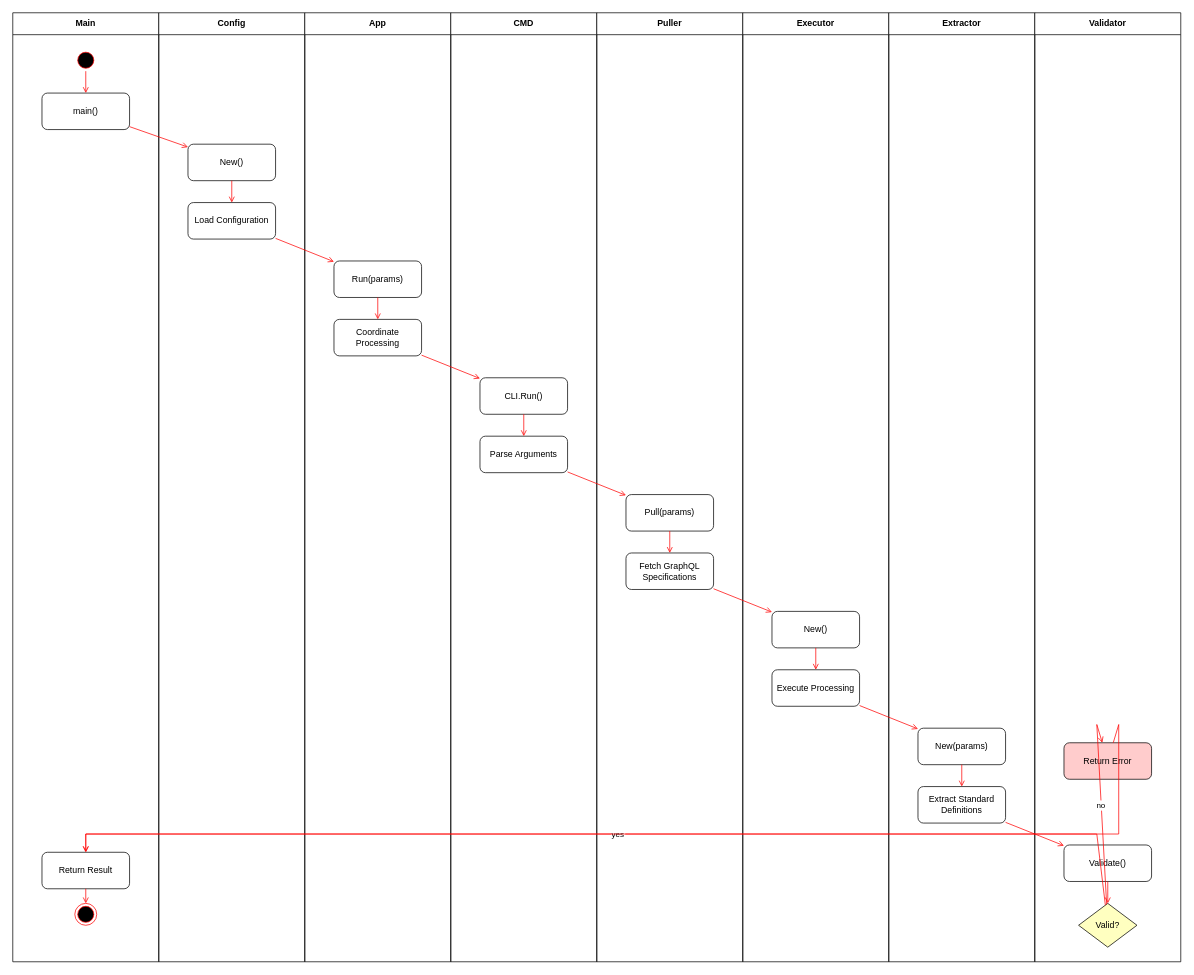
Above: architecture/uml/compatibility/standard-definitions/compatibility-standard-definitions-activity.drawio in chris-ramon/thesis-graphql-go (draw.io), before the change. Source tidied: cells renumbered, new cells numbered last; positions are measured from the earlier drawing's top-left corner, leaving out a move shared by most shapes. Both pictures are drawn from the tidied source at 73%, with x=0, y=0 at pixel (12, 12).
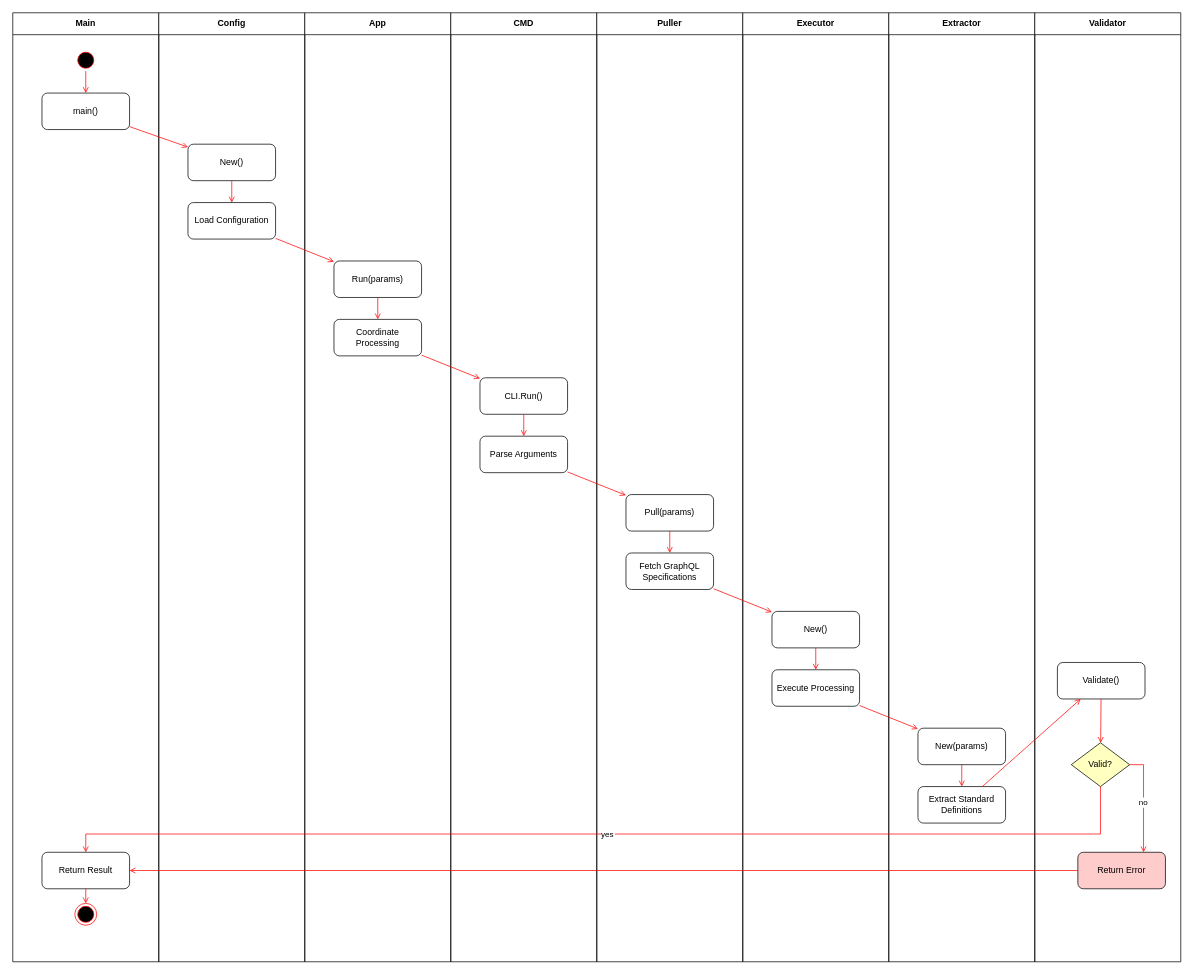
After the change.

Commit message:
architecture/uml/compatibility/standard-definitions: improves styling

The change refers to these unchanged cells:
```xml
<mxCell id="5" value="Return Result" style="rounded=1;whiteSpace=wrap;html=1;" parent="2" vertex="1">
  <mxGeometry x="40" y="1150" width="120" height="50" as="geometry" />
</mxCell>
<mxCell id="25" value="Validator" style="swimlane;whiteSpace=wrap;startSize=30;" parent="1" vertex="1">
  <mxGeometry x="1400" width="200" height="1300" as="geometry" />
</mxCell>
```

Diff of the diagram source:
```diff
@@
     <mxCell id="26" value="Validate()" style="rounded=1;whiteSpace=wrap;html=1;" parent="25" vertex="1">
-      <mxGeometry x="40" y="1140" width="120" height="50" as="geometry" />
+      <mxGeometry x="31" y="890" width="120" height="50" as="geometry" />
     </mxCell>
     <mxCell id="27" value="Valid?" style="rhombus;whiteSpace=wrap;html=1;fillColor=#ffffc0;" parent="25" vertex="1">
-      <mxGeometry x="60" y="1220" width="80" height="60" as="geometry" />
+      <mxGeometry x="50" y="1000" width="80" height="60" as="geometry" />
     </mxCell>
+    <mxCell id="44" value="Return Error" style="rounded=1;whiteSpace=wrap;html=1;fillColor=#ffcccc;" parent="25" vertex="1">
+      <mxGeometry x="59" y="1150" width="120" height="50" as="geometry" />
+    </mxCell>
@@
     <mxCell id="43" value="yes" style="endArrow=open;strokeColor=#FF0000;endFill=1;rounded=0;" parent="1" edge="1" source="27" target="5">
       <mxGeometry relative="1" as="geometry">
         <Array as="points">
-          <mxPoint x="1485" y="1125" />
+          <mxPoint x="1490" y="1125" />
           <mxPoint x="100" y="1125" />
         </Array>
       </mxGeometry>
     </mxCell>
-    <mxCell id="44" value="Return Error" style="rounded=1;whiteSpace=wrap;html=1;fillColor=#ffcccc;" parent="25" vertex="1">
-      <mxGeometry x="40" y="1000" width="120" height="50" as="geometry" />
-    </mxCell>
-    <mxCell id="45" value="no" style="endArrow=open;strokeColor=#FF0000;endFill=1;rounded=0;" parent="1" edge="1" source="27" target="44">
-      <mxGeometry relative="1" as="geometry">
-        <Array as="points">
-          <mxPoint x="1485" y="975" />
-        </Array>
-      </mxGeometry>
+    <mxCell id="45" value="no" style="endArrow=open;strokeColor=#FF0000;endFill=1;rounded=0;edgeStyle=orthogonalEdgeStyle;exitX=1;exitY=0.5;exitDx=0;exitDy=0;entryX=0.75;entryY=0;entryDx=0;entryDy=0;" parent="1" edge="1" source="27" target="44">
+      <mxGeometry relative="1" as="geometry" />
     </mxCell>
-    <mxCell id="46" style="endArrow=open;strokeColor=#FF0000;endFill=1;rounded=0;" parent="1" edge="1" source="44" target="5">
-      <mxGeometry relative="1" as="geometry">
-        <Array as="points">
-          <mxPoint x="1515" y="975" />
-          <mxPoint x="1515" y="1125" />
-          <mxPoint x="100" y="1125" />
-        </Array>
-      </mxGeometry>
+    <mxCell id="46" style="endArrow=open;strokeColor=#FF0000;endFill=1;rounded=0;edgeStyle=orthogonalEdgeStyle;" parent="1" edge="1" source="44" target="5">
+      <mxGeometry relative="1" as="geometry" />
     </mxCell>
```
